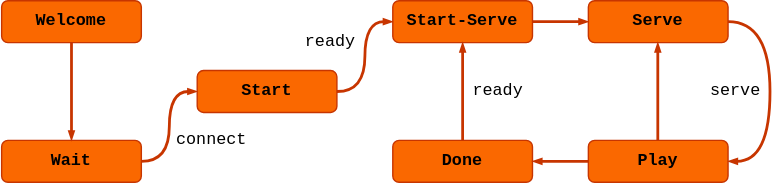
maar-ten/pong-online keeps this draw.io diagram as src/public/assets/images/game-state-diagram.svg. Above is the earlier version. Source tidied: cells renumbered, new cells last; positions are measured from the earlier drawing's top-left corner, leaving out a move shared by most shapes.
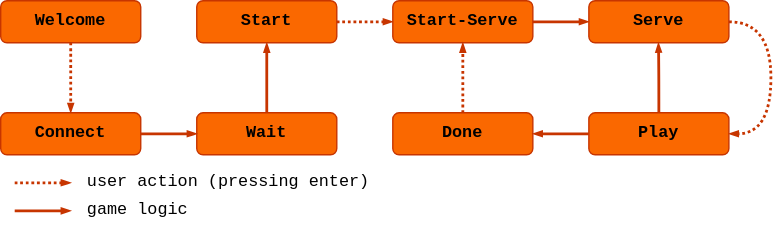
The same diagram one commit later.

Commit message:
Update game state diagram and text

Change to the diagram source:
```diff
@@ -2,17 +2,17 @@
   <root>
     <mxCell id="0" />
     <mxCell id="1" parent="0" />
-    <mxCell id="2" style="rounded=0;jettySize=auto;html=1;entryX=0;entryY=0.5;entryDx=0;entryDy=0;fontFamily=Courier New;labelBackgroundColor=none;fillColor=#fa6800;strokeColor=#C73500;fontColor=#000000;edgeStyle=orthogonalEdgeStyle;elbow=vertical;curved=1;endArrow=blockThin;endFill=1;strokeWidth=2;endSize=2;" parent="1" edge="1" source="3" target="5">
+    <mxCell id="2" style="rounded=0;jettySize=auto;html=1;entryX=0.5;entryY=1;entryDx=0;entryDy=0;fontFamily=Courier New;labelBackgroundColor=none;fillColor=#fa6800;strokeColor=#C73500;fontColor=#000000;edgeStyle=orthogonalEdgeStyle;elbow=vertical;curved=1;endArrow=blockThin;endFill=1;strokeWidth=2;endSize=2;" parent="1" edge="1" source="3" target="5">
       <mxGeometry relative="1" as="geometry" />
     </mxCell>
     <mxCell id="3" value="&lt;b&gt;Wait&lt;/b&gt;" style="rounded=1;whiteSpace=wrap;html=1;fontFamily=Courier New;labelBackgroundColor=none;fillColor=#fa6800;strokeColor=#C73500;fontColor=#000000;" parent="1" vertex="1">
-      <mxGeometry y="100" width="100" height="30" as="geometry" />
+      <mxGeometry x="140" y="80" width="100" height="30" as="geometry" />
     </mxCell>
-    <mxCell id="4" style="rounded=0;jettySize=auto;html=1;entryX=0;entryY=0.5;entryDx=0;entryDy=0;fontFamily=Courier New;labelBackgroundColor=none;fillColor=#fa6800;strokeColor=#C73500;fontColor=#000000;edgeStyle=orthogonalEdgeStyle;elbow=vertical;curved=1;endArrow=blockThin;endFill=1;strokeWidth=2;endSize=2;exitX=1;exitY=0.5;exitDx=0;exitDy=0;" parent="1" edge="1" source="5" target="7">
+    <mxCell id="4" style="rounded=0;jettySize=auto;html=1;entryX=0;entryY=0.5;entryDx=0;entryDy=0;fontFamily=Courier New;labelBackgroundColor=none;fillColor=#fa6800;strokeColor=#C73500;fontColor=#000000;edgeStyle=orthogonalEdgeStyle;elbow=vertical;curved=1;endArrow=blockThin;endFill=1;strokeWidth=2;endSize=2;exitX=1;exitY=0.5;exitDx=0;exitDy=0;dashed=1;dashPattern=1 1;" parent="1" edge="1" source="5" target="7">
       <mxGeometry relative="1" as="geometry" />
     </mxCell>
     <mxCell id="5" value="&lt;div&gt;&lt;b&gt;Start&lt;/b&gt;&lt;/div&gt;" style="rounded=1;whiteSpace=wrap;html=1;fontFamily=Courier New;labelBackgroundColor=none;fillColor=#fa6800;strokeColor=#C73500;fontColor=#000000;" parent="1" vertex="1">
-      <mxGeometry x="140" y="50" width="100" height="30" as="geometry" />
+      <mxGeometry x="140" width="100" height="30" as="geometry" />
     </mxCell>
     <mxCell id="6" style="rounded=0;jettySize=auto;html=1;entryX=0;entryY=0.5;entryDx=0;entryDy=0;fontFamily=Courier New;labelBackgroundColor=none;fillColor=#fa6800;strokeColor=#C73500;fontColor=#000000;edgeStyle=orthogonalEdgeStyle;elbow=vertical;curved=1;endArrow=blockThin;endFill=1;strokeWidth=2;endSize=2;" parent="1" edge="1" source="7" target="9">
       <mxGeometry relative="1" as="geometry" />
@@ -20,52 +20,67 @@
     <mxCell id="7" value="&lt;b&gt;Start-Serve&lt;/b&gt;" style="rounded=1;whiteSpace=wrap;html=1;fontFamily=Courier New;labelBackgroundColor=none;fillColor=#fa6800;strokeColor=#C73500;fontColor=#000000;" parent="1" vertex="1">
       <mxGeometry x="280" width="100" height="30" as="geometry" />
     </mxCell>
-    <mxCell id="8" style="rounded=0;jettySize=auto;html=1;entryX=1;entryY=0.5;entryDx=0;entryDy=0;fontFamily=Courier New;labelBackgroundColor=none;fillColor=#fa6800;strokeColor=#C73500;fontColor=#000000;edgeStyle=orthogonalEdgeStyle;elbow=vertical;curved=1;endArrow=blockThin;endFill=1;strokeWidth=2;endSize=2;exitX=1;exitY=0.5;exitDx=0;exitDy=0;" parent="1" edge="1" source="9" target="13">
+    <mxCell id="8" style="rounded=0;jettySize=auto;html=1;entryX=1;entryY=0.5;entryDx=0;entryDy=0;fontFamily=Courier New;labelBackgroundColor=none;fillColor=#fa6800;strokeColor=#C73500;fontColor=#000000;edgeStyle=orthogonalEdgeStyle;elbow=vertical;curved=1;endArrow=blockThin;endFill=1;strokeWidth=2;endSize=2;exitX=1;exitY=0.5;exitDx=0;exitDy=0;dashed=1;dashPattern=1 1;" parent="1" edge="1" source="9" target="13">
       <mxGeometry relative="1" as="geometry">
         <Array as="points">
           <mxPoint x="550" y="15" />
-          <mxPoint x="550" y="115" />
+          <mxPoint x="550" y="95" />
         </Array>
       </mxGeometry>
     </mxCell>
     <mxCell id="9" value="&lt;b&gt;Serve&lt;/b&gt;" style="rounded=1;whiteSpace=wrap;html=1;fontFamily=Courier New;labelBackgroundColor=none;fillColor=#fa6800;strokeColor=#C73500;fontColor=#000000;" parent="1" vertex="1">
       <mxGeometry x="420" width="100" height="30" as="geometry" />
     </mxCell>
-    <mxCell id="10" style="rounded=0;jettySize=auto;html=1;entryX=0.5;entryY=1;entryDx=0;entryDy=0;fontFamily=Courier New;labelBackgroundColor=none;fillColor=#fa6800;strokeColor=#C73500;fontColor=#000000;edgeStyle=orthogonalEdgeStyle;elbow=vertical;curved=1;exitX=0.5;exitY=0;exitDx=0;exitDy=0;endArrow=blockThin;endFill=1;strokeWidth=2;endSize=2;" parent="1" edge="1" source="11" target="7">
+    <mxCell id="10" style="rounded=0;jettySize=auto;html=1;entryX=0.5;entryY=1;entryDx=0;entryDy=0;fontFamily=Courier New;labelBackgroundColor=none;fillColor=#fa6800;strokeColor=#C73500;fontColor=#000000;edgeStyle=orthogonalEdgeStyle;elbow=vertical;curved=1;exitX=0.5;exitY=0;exitDx=0;exitDy=0;endArrow=blockThin;endFill=1;strokeWidth=2;endSize=2;dashed=1;dashPattern=1 1;" parent="1" edge="1" source="11" target="7">
       <mxGeometry relative="1" as="geometry" />
     </mxCell>
     <mxCell id="11" value="&lt;b&gt;Done&lt;/b&gt;" style="rounded=1;whiteSpace=wrap;html=1;fontFamily=Courier New;labelBackgroundColor=none;fillColor=#fa6800;strokeColor=#C73500;fontColor=#000000;" parent="1" vertex="1">
-      <mxGeometry x="280" y="100" width="100" height="30" as="geometry" />
+      <mxGeometry x="280" y="80" width="100" height="30" as="geometry" />
     </mxCell>
     <mxCell id="12" style="rounded=0;jettySize=auto;html=1;entryX=1;entryY=0.5;entryDx=0;entryDy=0;fontFamily=Courier New;labelBackgroundColor=none;fillColor=#fa6800;strokeColor=#C73500;fontColor=#000000;edgeStyle=orthogonalEdgeStyle;elbow=vertical;curved=1;endArrow=blockThin;endFill=1;strokeWidth=2;endSize=2;exitX=0;exitY=0.5;exitDx=0;exitDy=0;" parent="1" edge="1" source="13" target="11">
       <mxGeometry relative="1" as="geometry" />
     </mxCell>
     <mxCell id="13" value="&lt;b&gt;Play&lt;/b&gt;" style="rounded=1;whiteSpace=wrap;html=1;fontFamily=Courier New;labelBackgroundColor=none;fillColor=#fa6800;strokeColor=#C73500;fontColor=#000000;" parent="1" vertex="1">
-      <mxGeometry x="420" y="100" width="100" height="30" as="geometry" />
+      <mxGeometry x="420" y="80" width="100" height="30" as="geometry" />
     </mxCell>
-    <mxCell id="14" value="&lt;div&gt;ready&lt;/div&gt;" style="text;html=1;align=center;verticalAlign=middle;fontFamily=Courier New;fontColor=#000000;" parent="1" vertex="1">
-      <mxGeometry x="210" y="20" width="50" height="20" as="geometry" />
-    </mxCell>
-    <mxCell id="15" value="&lt;div&gt;ready&lt;/div&gt;" style="text;html=1;align=center;verticalAlign=middle;fontFamily=Courier New;fontColor=#000000;" parent="1" vertex="1">
-      <mxGeometry x="330" y="55" width="50" height="20" as="geometry" />
-    </mxCell>
-    <mxCell id="16" value="connect" style="text;html=1;align=center;verticalAlign=middle;fontFamily=Courier New;fontColor=#000000;" parent="1" vertex="1">
-      <mxGeometry x="120" y="90" width="60" height="20" as="geometry" />
-    </mxCell>
-    <mxCell id="17" style="rounded=0;orthogonalLoop=1;jettySize=auto;html=1;entryX=0.5;entryY=1;entryDx=0;entryDy=0;fontFamily=Courier New;labelBackgroundColor=none;fillColor=#fa6800;strokeColor=#C73500;fontColor=#000000;edgeStyle=orthogonalEdgeStyle;elbow=vertical;curved=1;exitX=0.5;exitY=0;exitDx=0;exitDy=0;endArrow=blockThin;endFill=1;strokeWidth=2;endSize=2;" parent="1" edge="1">
+    <mxCell id="17" style="rounded=0;jettySize=auto;html=1;entryX=0.5;entryY=1;entryDx=0;entryDy=0;fontFamily=Courier New;labelBackgroundColor=none;fillColor=#fa6800;strokeColor=#C73500;fontColor=#000000;edgeStyle=orthogonalEdgeStyle;elbow=vertical;curved=1;endArrow=blockThin;endFill=1;strokeWidth=2;endSize=2;exitX=0.5;exitY=0;exitDx=0;exitDy=0;" parent="1" edge="1" source="13">
       <mxGeometry relative="1" as="geometry">
-        <mxPoint x="469.7" y="100" as="sourcePoint" />
         <mxPoint x="469.7" y="30" as="targetPoint" />
+        <Array as="points">
+          <mxPoint x="470" y="50" />
+          <mxPoint x="470" y="50" />
+        </Array>
       </mxGeometry>
     </mxCell>
-    <mxCell id="18" value="serve" style="text;html=1;align=center;verticalAlign=middle;fontFamily=Courier New;fontColor=#000000;" parent="1" vertex="1">
-      <mxGeometry x="500" y="55" width="50" height="20" as="geometry" />
-    </mxCell>
     <mxCell id="19" value="&lt;b&gt;Welcome&lt;/b&gt;" style="rounded=1;whiteSpace=wrap;html=1;fontFamily=Courier New;labelBackgroundColor=none;fillColor=#fa6800;strokeColor=#C73500;fontColor=#000000;" parent="1" vertex="1">
       <mxGeometry width="100" height="30" as="geometry" />
     </mxCell>
-    <mxCell id="20" style="rounded=0;jettySize=auto;html=1;entryX=0.5;entryY=0;entryDx=0;entryDy=0;fontFamily=Courier New;labelBackgroundColor=none;fillColor=#fa6800;strokeColor=#C73500;fontColor=#000000;edgeStyle=orthogonalEdgeStyle;elbow=vertical;curved=1;exitX=0.5;exitY=1;exitDx=0;exitDy=0;endArrow=blockThin;endFill=1;strokeWidth=2;endSize=2;" parent="1" edge="1" source="19" target="3">
+    <mxCell id="20" style="rounded=0;jettySize=auto;html=1;entryX=0.5;entryY=0;entryDx=0;entryDy=0;fontFamily=Courier New;labelBackgroundColor=none;fillColor=#fa6800;strokeColor=#C73500;fontColor=#000000;edgeStyle=orthogonalEdgeStyle;elbow=vertical;curved=1;exitX=0.5;exitY=1;exitDx=0;exitDy=0;endArrow=blockThin;endFill=1;strokeWidth=2;endSize=2;dashed=1;dashPattern=1 1;" parent="1" edge="1" source="19" target="21">
       <mxGeometry relative="1" as="geometry" />
     </mxCell>
+    <mxCell id="21" value="&lt;b&gt;Connect&lt;/b&gt;" style="rounded=1;whiteSpace=wrap;html=1;fontFamily=Courier New;labelBackgroundColor=none;fillColor=#fa6800;strokeColor=#C73500;fontColor=#000000;" parent="1" vertex="1">
+      <mxGeometry y="80" width="100" height="30" as="geometry" />
+    </mxCell>
+    <mxCell id="22" style="rounded=0;jettySize=auto;html=1;entryX=0;entryY=0.5;entryDx=0;entryDy=0;fontFamily=Courier New;labelBackgroundColor=none;fillColor=#fa6800;strokeColor=#C73500;fontColor=#000000;edgeStyle=orthogonalEdgeStyle;elbow=vertical;curved=1;exitX=1;exitY=0.5;exitDx=0;exitDy=0;endArrow=blockThin;endFill=1;strokeWidth=2;endSize=2;" parent="1" edge="1" source="21" target="3">
+      <mxGeometry relative="1" as="geometry" />
+    </mxCell>
+    <mxCell id="23" value="user action (pressing enter)" style="text;html=1;align=left;verticalAlign=middle;fontFamily=Courier New;fontColor=#000000;fontStyle=0;" parent="1" vertex="1">
+      <mxGeometry x="60" y="120" width="210" height="20" as="geometry" />
+    </mxCell>
+    <mxCell id="24" style="rounded=0;orthogonalLoop=1;jettySize=auto;html=1;fontFamily=Courier New;labelBackgroundColor=none;fillColor=#fa6800;strokeColor=#C73500;fontColor=#000000;edgeStyle=orthogonalEdgeStyle;elbow=vertical;curved=1;exitX=0.5;exitY=1;exitDx=0;exitDy=0;endArrow=blockThin;endFill=1;strokeWidth=2;endSize=2;" parent="1" edge="1">
+      <mxGeometry relative="1" as="geometry">
+        <mxPoint x="10" y="150" as="sourcePoint" />
+        <mxPoint x="50" y="150" as="targetPoint" />
+      </mxGeometry>
+    </mxCell>
+    <mxCell id="25" style="rounded=0;orthogonalLoop=1;jettySize=auto;html=1;fontFamily=Courier New;labelBackgroundColor=none;fillColor=#fa6800;strokeColor=#C73500;fontColor=#000000;edgeStyle=orthogonalEdgeStyle;elbow=vertical;curved=1;exitX=0.5;exitY=1;exitDx=0;exitDy=0;endArrow=blockThin;endFill=1;strokeWidth=2;endSize=2;dashed=1;dashPattern=1 1;" parent="1" edge="1">
+      <mxGeometry relative="1" as="geometry">
+        <mxPoint x="10" y="130" as="sourcePoint" />
+        <mxPoint x="50" y="130" as="targetPoint" />
+      </mxGeometry>
+    </mxCell>
+    <mxCell id="26" value="&lt;div&gt;game logic&lt;/div&gt;" style="text;html=1;align=left;verticalAlign=middle;fontFamily=Courier New;fontColor=#000000;fontStyle=0;" parent="1" vertex="1">
+      <mxGeometry x="60" y="140" width="90" height="20" as="geometry" />
+    </mxCell>
   </root>
 </mxGraphModel>
```
